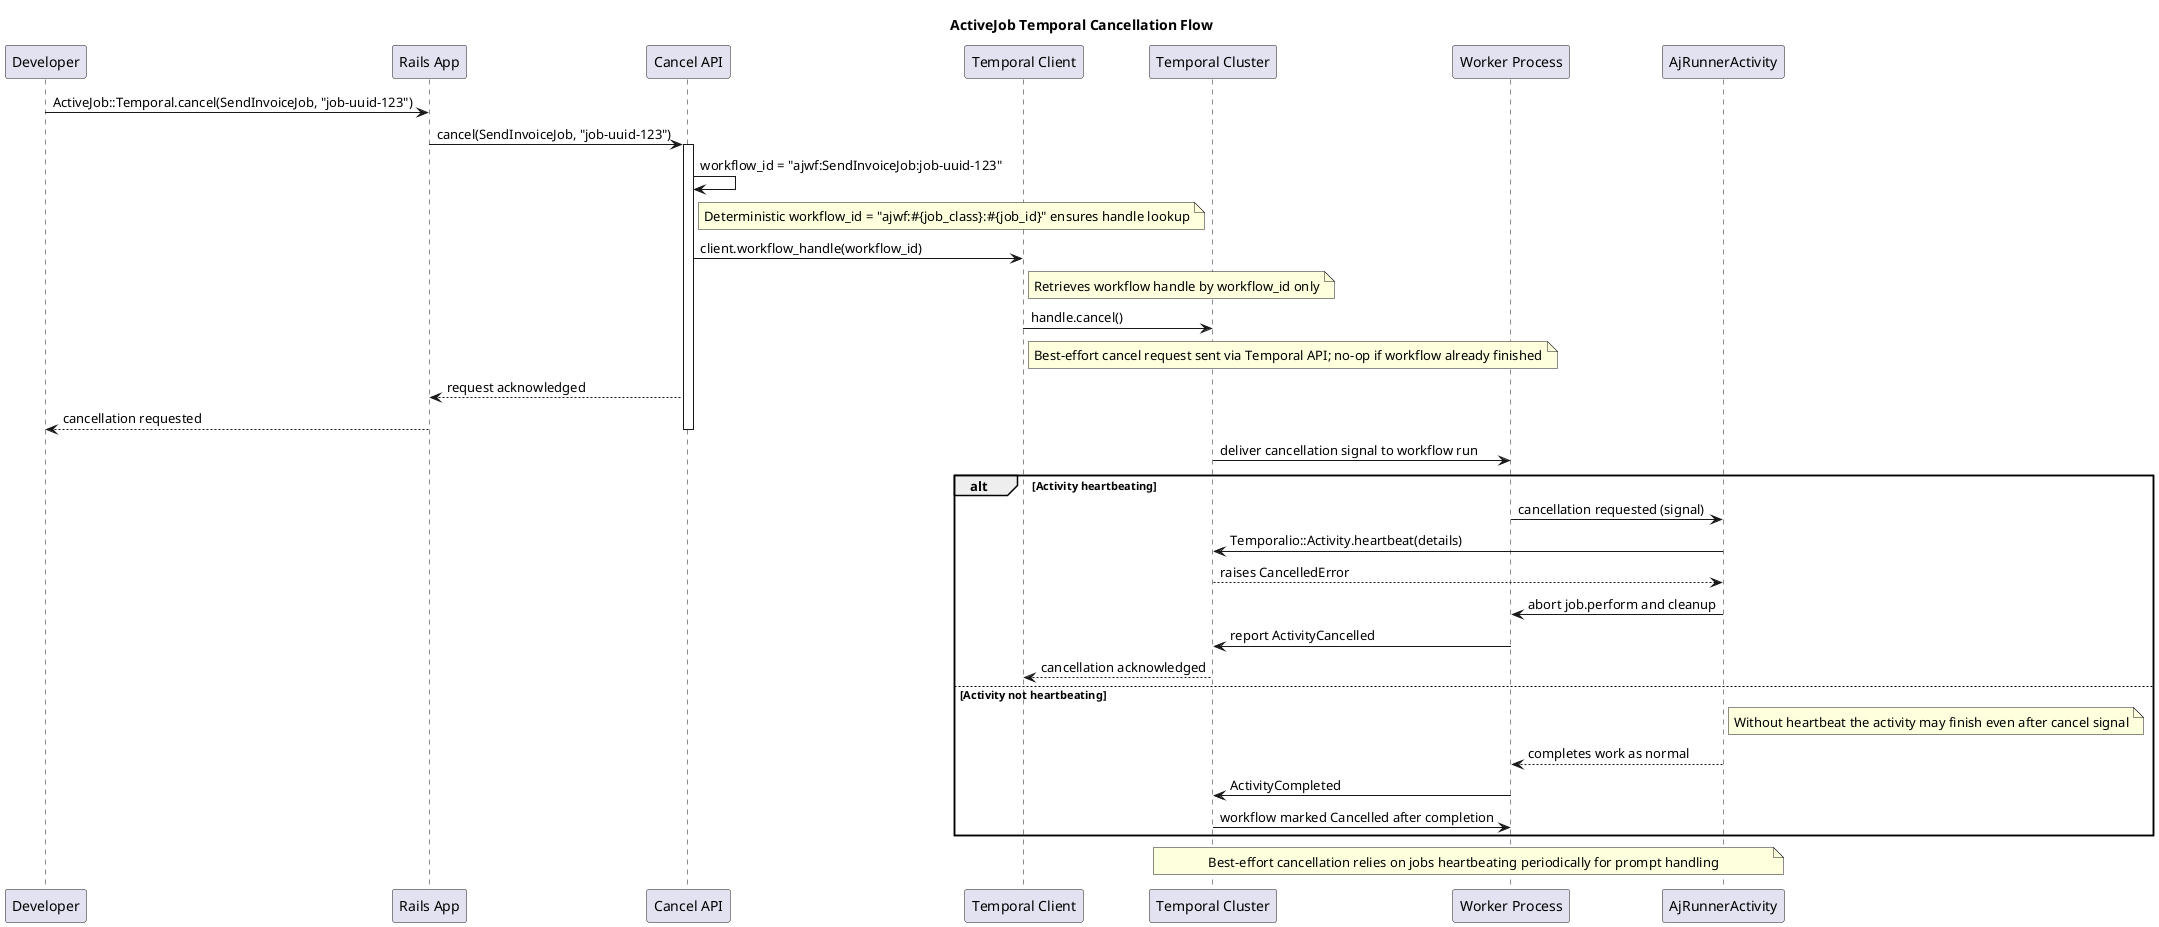
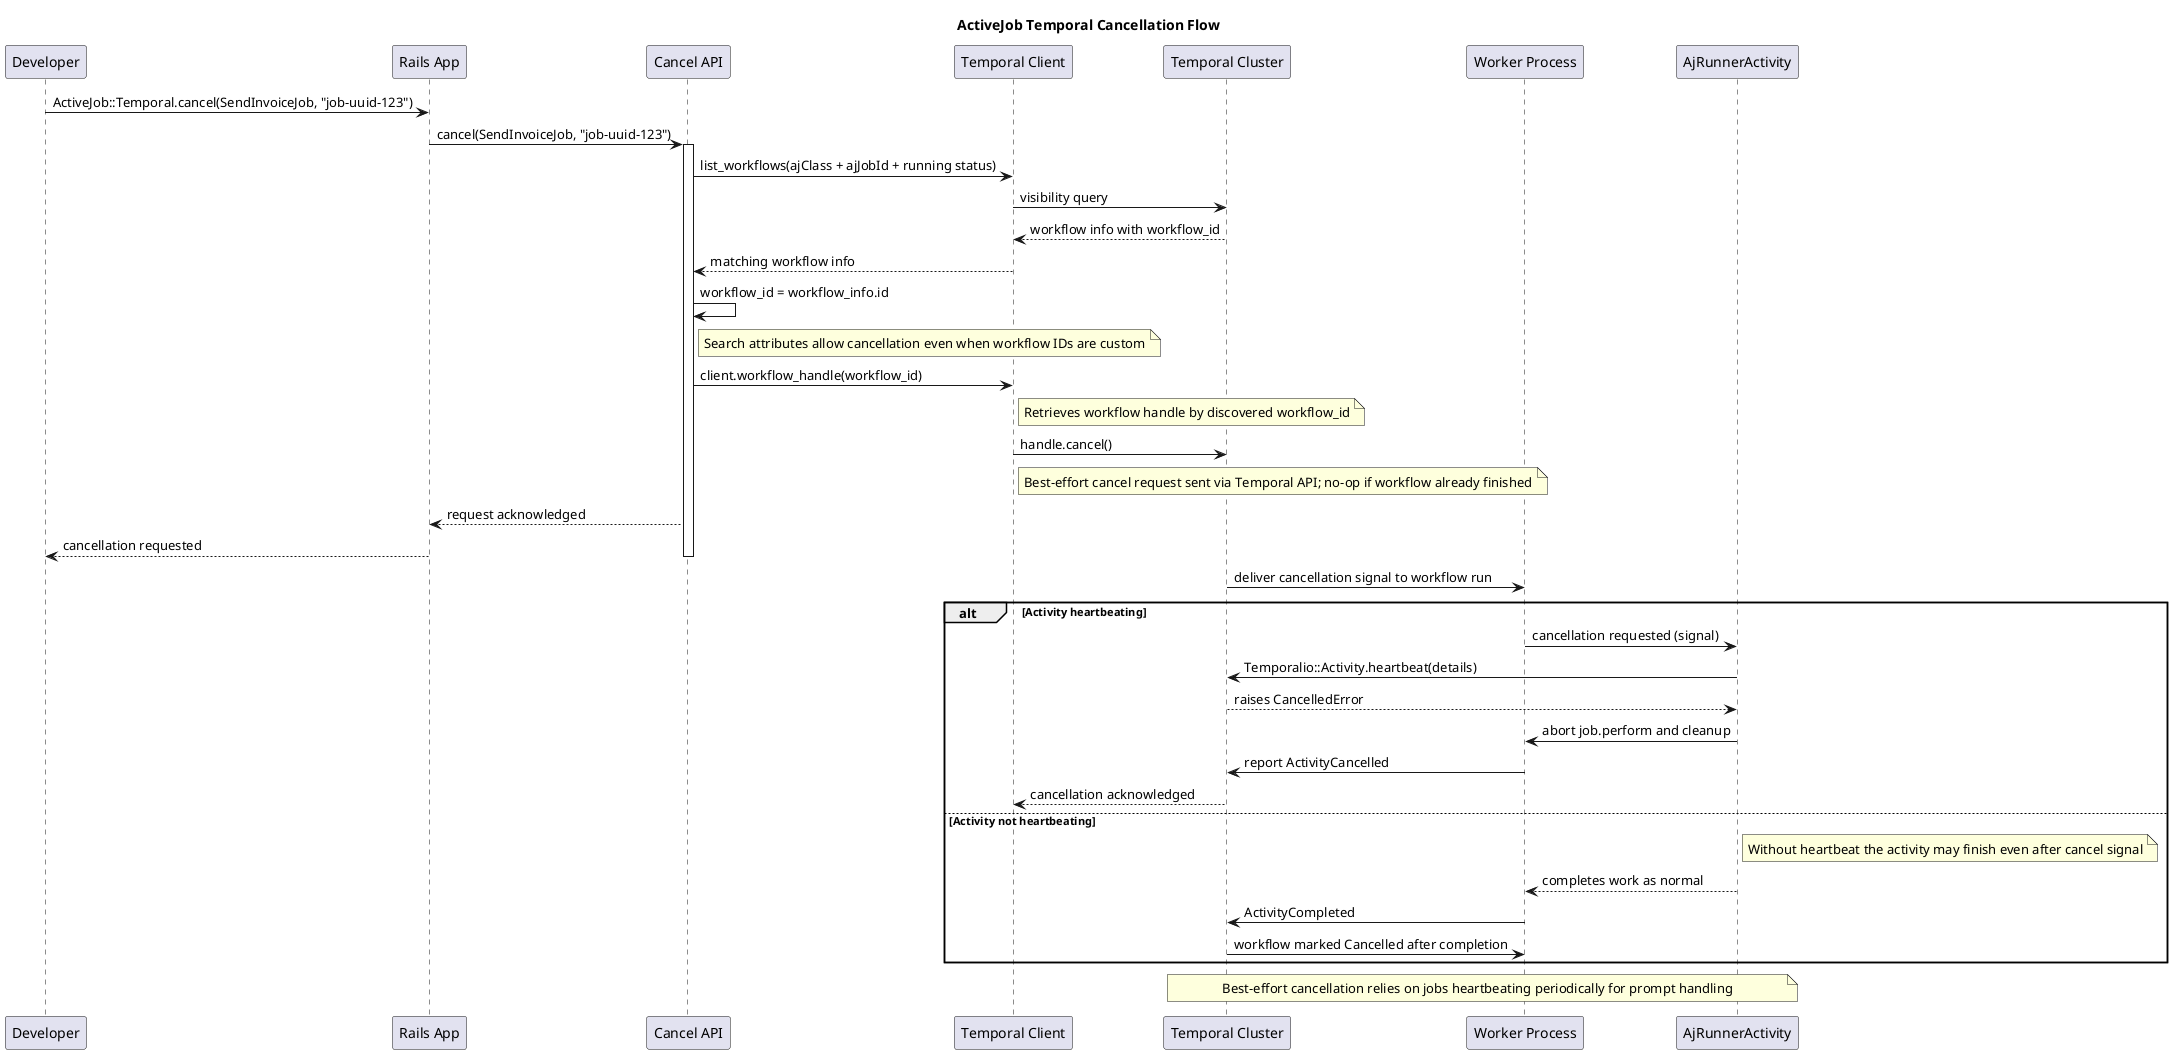
@startuml
title ActiveJob Temporal Cancellation Flow

participant "Developer" as Dev
participant "Rails App" as Rails
participant "Cancel API" as Cancel
participant "Temporal Client" as Client
participant "Temporal Cluster" as Temporal
participant "Worker Process" as Worker
participant "AjRunnerActivity" as Activity

Dev -> Rails: ActiveJob::Temporal.cancel(SendInvoiceJob, "job-uuid-123")
Rails -> Cancel: cancel(SendInvoiceJob, "job-uuid-123")
activate Cancel
- Cancel -> Cancel: workflow_id = "ajwf:SendInvoiceJob:job-uuid-123"
- note right of Cancel: Deterministic workflow_id = "ajwf:#{job_class}:#{job_id}" ensures handle lookup
+ Cancel -> Client: list_workflows(ajClass + ajJobId + running status)
+ Client -> Temporal: visibility query
+ Temporal --> Client: workflow info with workflow_id
+ Client --> Cancel: matching workflow info
+ Cancel -> Cancel: workflow_id = workflow_info.id
+ note right of Cancel: Search attributes allow cancellation even when workflow IDs are custom
Cancel -> Client: client.workflow_handle(workflow_id)
- note right of Client: Retrieves workflow handle by workflow_id only
+ note right of Client: Retrieves workflow handle by discovered workflow_id
Client -> Temporal: handle.cancel()
note right of Client: Best-effort cancel request sent via Temporal API; no-op if workflow already finished
Cancel --> Rails: request acknowledged
Rails --> Dev: cancellation requested
deactivate Cancel
Temporal -> Worker: deliver cancellation signal to workflow run

alt Activity heartbeating
  Worker -> Activity: cancellation requested (signal)
  Activity -> Temporal: Temporalio::Activity.heartbeat(details)
  Temporal --> Activity: raises CancelledError
  Activity -> Worker: abort job.perform and cleanup
  Worker -> Temporal: report ActivityCancelled
  Temporal --> Client: cancellation acknowledged
else Activity not heartbeating
  note right of Activity: Without heartbeat the activity may finish even after cancel signal
  Activity --> Worker: completes work as normal
  Worker -> Temporal: ActivityCompleted
  Temporal -> Worker: workflow marked Cancelled after completion
end

note over Activity, Temporal: Best-effort cancellation relies on jobs heartbeating periodically for prompt handling
@enduml
